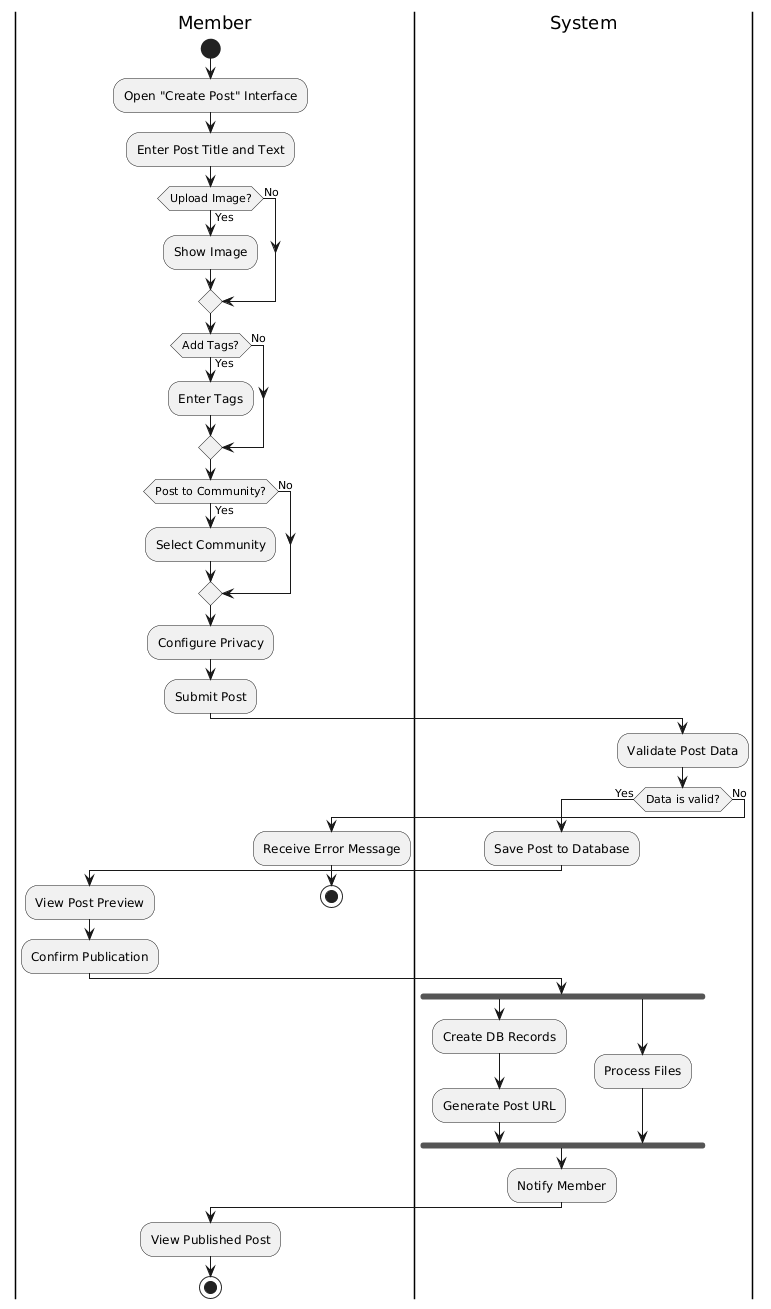
Above: kpi/Activity Diagram/PlantUML/activity.png in fakeowl1/microblog-api (PlantUML), before the change. Source of this version:
```plantuml
@startuml
|Member|
start
:Open "Create Post" Interface;
:Enter Post Title and Text;

if (Upload Image?) then (Yes)
  :Show Image;
else (No)
endif

if (Add Tags?) then (Yes)
  :Enter Tags;
else (No)
endif

if (Post to Community?) then (Yes)
  :Select Community;
else (No)
endif

:Configure Privacy;
:Submit Post;

|System|
:Validate Post Data;

if (Data is valid?) then (Yes)
    :Save Post to Database;
    |Member|
    :View Post Preview;
    :Confirm Publication;

    |System|
  fork
    :Create DB Records;
    :Generate Post URL;
  fork again
    :Process Files;
  end fork


  :Notify Member;

else (No)
  |Member|
  :Receive Error Message;
  stop
endif

|Member|
:View Published Post;

stop
@enduml
```
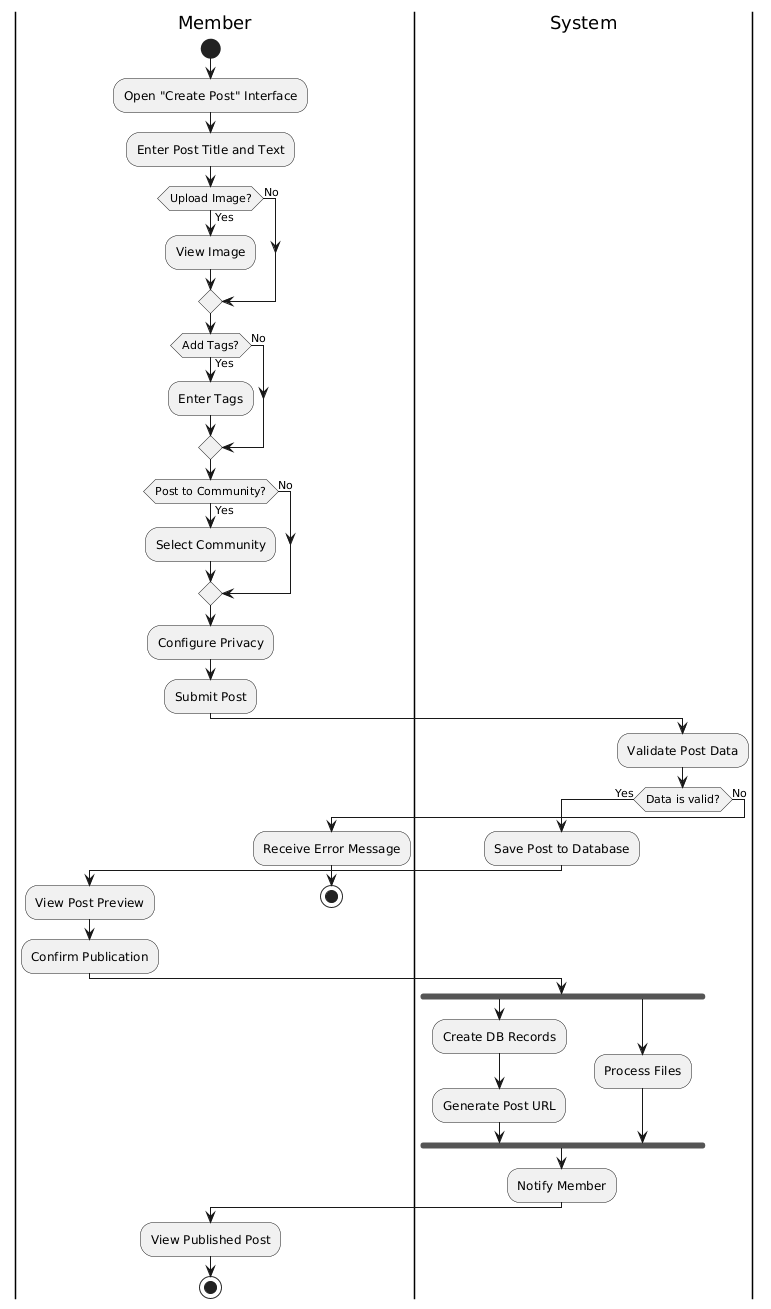
After the commit.

Commit message:
docs: add activity and BPMN diagrams

The edit, as a diff of the source:
```diff
@@ -5,7 +5,7 @@
 :Enter Post Title and Text;
 
 if (Upload Image?) then (Yes)
-  :Show Image;
+  :View Image;
 else (No)
 endif
 
```
